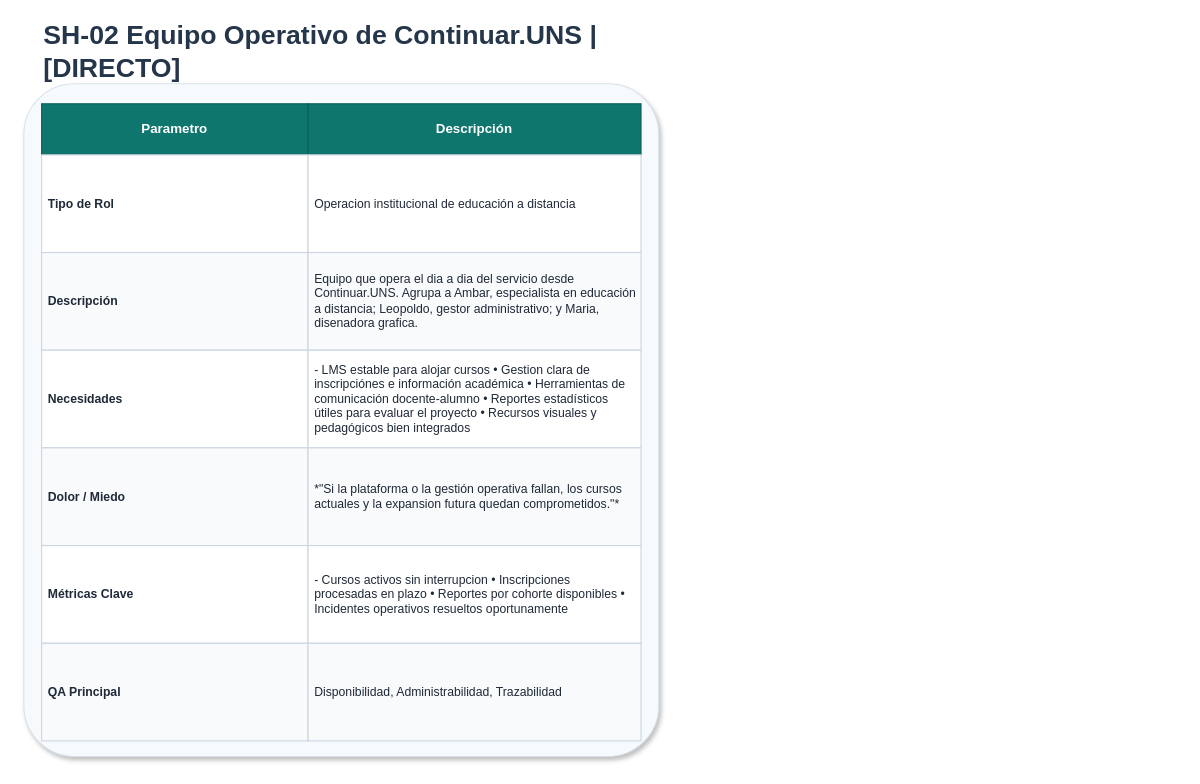
Earlier version of the draw.io diagram page "SH-02 Equipo Operativo de Continuar.UNS | [DIRECTO]" (2 of 14) of diagramas/tablas/Tablas_Stakeholders_BLearning.drawio (Jsue46/exposicionayd). Source tidied: cells renumbered, new cells numbered last; positions are measured from the earlier drawing's top-left corner, leaving out a move shared by most shapes. Both pictures are drawn from the tidied source at 111%, with x=0, y=0 at pixel (23, 28).
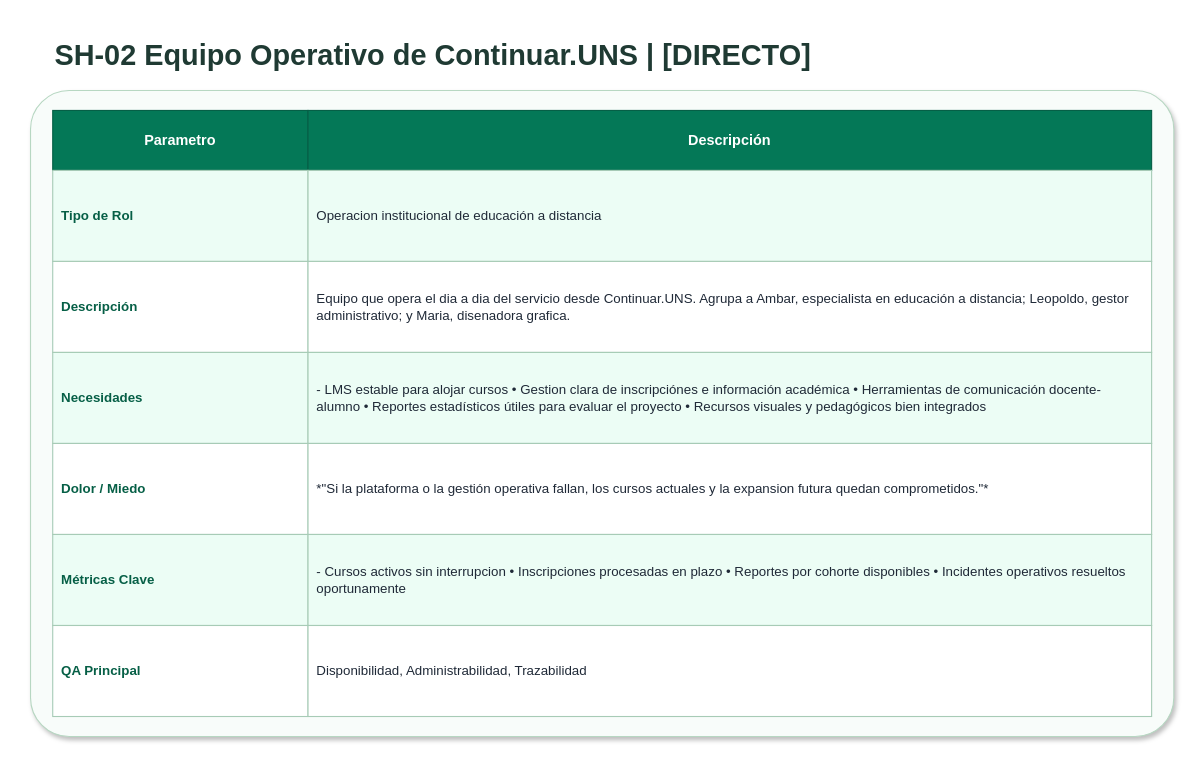
The same diagram, later.

Change to the diagram source:
```diff
@@
 <mxGraphModel>
   <root>
     <mxCell id="0" />
     <mxCell id="1" parent="0" />
-    <mxCell id="2" value="SH-02 Equipo Operativo de Continuar.UNS | [DIRECTO]" style="text;html=1;strokeColor=none;fillColor=none;align=left;verticalAlign=middle;whiteSpace=wrap;rounded=0;fontSize=24;fontStyle=1;fontColor=#25364A;" parent="1" vertex="1">
-      <mxGeometry x="16" width="540" height="42" as="geometry" />
+    <mxCell id="2" value="SH-02 Equipo Operativo de Continuar.UNS | [DIRECTO]" style="text;html=1;strokeColor=none;fillColor=none;align=left;verticalAlign=middle;whiteSpace=wrap;rounded=0;fontSize=26;fontStyle=1;fontColor=#1F3A33;" parent="1" vertex="1">
+      <mxGeometry x="26" y="2" width="990" height="46" as="geometry" />
     </mxCell>
-    <mxCell id="3" style="rounded=1;whiteSpace=wrap;html=1;fillColor=#F7FAFC;strokeColor=#D9E2EC;arcSize=8;shadow=1;" parent="1" vertex="1">
-      <mxGeometry y="50" width="572" height="606" as="geometry" />
+    <mxCell id="3" style="rounded=1;whiteSpace=wrap;html=1;fillColor=#F8FCFA;strokeColor=#B7D7C2;arcSize=6;shadow=1;" parent="1" vertex="1">
+      <mxGeometry x="6" y="56" width="1030" height="582" as="geometry" />
     </mxCell>
-    <mxCell id="4" value="Parametro" style="rounded=0;whiteSpace=wrap;html=1;fillColor=#0F766E;strokeColor=#0B5F59;fontColor=#FFFFFF;fontStyle=1;align=center;verticalAlign=middle;fontSize=12;spacing=6;" parent="1" vertex="1">
-      <mxGeometry x="16" y="68" width="240" height="46" as="geometry" />
+    <mxCell id="4" value="Parametro" style="rounded=0;whiteSpace=wrap;html=1;fillColor=#047857;strokeColor=#065F46;fontColor=#FFFFFF;fontStyle=1;align=center;verticalAlign=middle;fontSize=13;spacing=8;" parent="1" vertex="1">
+      <mxGeometry x="26" y="74" width="230" height="54" as="geometry" />
     </mxCell>
-    <mxCell id="5" value="Descripción" style="rounded=0;whiteSpace=wrap;html=1;fillColor=#0F766E;strokeColor=#0B5F59;fontColor=#FFFFFF;fontStyle=1;align=center;verticalAlign=middle;fontSize=12;spacing=6;" parent="1" vertex="1">
-      <mxGeometry x="256" y="68" width="300" height="46" as="geometry" />
+    <mxCell id="5" value="Descripción" style="rounded=0;whiteSpace=wrap;html=1;fillColor=#047857;strokeColor=#065F46;fontColor=#FFFFFF;fontStyle=1;align=center;verticalAlign=middle;fontSize=13;spacing=8;" parent="1" vertex="1">
+      <mxGeometry x="256" y="74" width="760" height="54" as="geometry" />
     </mxCell>
-    <mxCell id="6" value="Tipo de Rol" style="rounded=0;whiteSpace=wrap;html=1;fillColor=#FFFFFF;strokeColor=#CBD5E1;fontColor=#1F2937;fontStyle=1;align=left;verticalAlign=middle;fontSize=11;spacing=6;" parent="1" vertex="1">
-      <mxGeometry x="16" y="114" width="240" height="88" as="geometry" />
+    <mxCell id="6" value="Tipo de Rol" style="rounded=0;whiteSpace=wrap;html=1;fillColor=#ECFDF5;strokeColor=#A7CBB6;fontColor=#065F46;fontStyle=1;align=left;verticalAlign=middle;fontSize=12;spacing=8;" parent="1" vertex="1">
+      <mxGeometry x="26" y="128" width="230" height="82" as="geometry" />
     </mxCell>
-    <mxCell id="7" value="Operacion institucional de educación a distancia" style="rounded=0;whiteSpace=wrap;html=1;fillColor=#FFFFFF;strokeColor=#CBD5E1;fontColor=#1F2937;fontStyle=0;align=left;verticalAlign=middle;fontSize=11;spacing=6;" parent="1" vertex="1">
-      <mxGeometry x="256" y="114" width="300" height="88" as="geometry" />
+    <mxCell id="7" value="Operacion institucional de educación a distancia" style="rounded=0;whiteSpace=wrap;html=1;fillColor=#ECFDF5;strokeColor=#A7CBB6;fontColor=#1F2937;fontStyle=0;align=left;verticalAlign=middle;fontSize=12;spacing=8;" parent="1" vertex="1">
+      <mxGeometry x="256" y="128" width="760" height="82" as="geometry" />
     </mxCell>
-    <mxCell id="8" value="Descripción" style="rounded=0;whiteSpace=wrap;html=1;fillColor=#F8FAFC;strokeColor=#CBD5E1;fontColor=#1F2937;fontStyle=1;align=left;verticalAlign=middle;fontSize=11;spacing=6;" parent="1" vertex="1">
-      <mxGeometry x="16" y="202" width="240" height="88" as="geometry" />
+    <mxCell id="8" value="Descripción" style="rounded=0;whiteSpace=wrap;html=1;fillColor=#FFFFFF;strokeColor=#A7CBB6;fontColor=#065F46;fontStyle=1;align=left;verticalAlign=middle;fontSize=12;spacing=8;" parent="1" vertex="1">
+      <mxGeometry x="26" y="210" width="230" height="82" as="geometry" />
     </mxCell>
-    <mxCell id="9" value="Equipo que opera el dia a dia del servicio desde Continuar.UNS. Agrupa a Ambar, especialista en educación a distancia; Leopoldo, gestor administrativo; y Maria, disenadora grafica." style="rounded=0;whiteSpace=wrap;html=1;fillColor=#F8FAFC;strokeColor=#CBD5E1;fontColor=#1F2937;fontStyle=0;align=left;verticalAlign=middle;fontSize=11;spacing=6;" parent="1" vertex="1">
-      <mxGeometry x="256" y="202" width="300" height="88" as="geometry" />
+    <mxCell id="9" value="Equipo que opera el dia a dia del servicio desde Continuar.UNS. Agrupa a Ambar, especialista en educación a distancia; Leopoldo, gestor administrativo; y Maria, disenadora grafica." style="rounded=0;whiteSpace=wrap;html=1;fillColor=#FFFFFF;strokeColor=#A7CBB6;fontColor=#1F2937;fontStyle=0;align=left;verticalAlign=middle;fontSize=12;spacing=8;" parent="1" vertex="1">
+      <mxGeometry x="256" y="210" width="760" height="82" as="geometry" />
     </mxCell>
-    <mxCell id="10" value="Necesidades" style="rounded=0;whiteSpace=wrap;html=1;fillColor=#FFFFFF;strokeColor=#CBD5E1;fontColor=#1F2937;fontStyle=1;align=left;verticalAlign=middle;fontSize=11;spacing=6;" parent="1" vertex="1">
-      <mxGeometry x="16" y="290" width="240" height="88" as="geometry" />
+    <mxCell id="10" value="Necesidades" style="rounded=0;whiteSpace=wrap;html=1;fillColor=#ECFDF5;strokeColor=#A7CBB6;fontColor=#065F46;fontStyle=1;align=left;verticalAlign=middle;fontSize=12;spacing=8;" parent="1" vertex="1">
+      <mxGeometry x="26" y="292" width="230" height="82" as="geometry" />
     </mxCell>
-    <mxCell id="11" value="- LMS estable para alojar cursos • Gestion clara de inscripciónes e información académica • Herramientas de comunicación docente-alumno • Reportes estadísticos útiles para evaluar el proyecto • Recursos visuales y pedagógicos bien integrados" style="rounded=0;whiteSpace=wrap;html=1;fillColor=#FFFFFF;strokeColor=#CBD5E1;fontColor=#1F2937;fontStyle=0;align=left;verticalAlign=middle;fontSize=11;spacing=6;" parent="1" vertex="1">
-      <mxGeometry x="256" y="290" width="300" height="88" as="geometry" />
+    <mxCell id="11" value="- LMS estable para alojar cursos • Gestion clara de inscripciónes e información académica • Herramientas de comunicación docente-alumno • Reportes estadísticos útiles para evaluar el proyecto • Recursos visuales y pedagógicos bien integrados" style="rounded=0;whiteSpace=wrap;html=1;fillColor=#ECFDF5;strokeColor=#A7CBB6;fontColor=#1F2937;fontStyle=0;align=left;verticalAlign=middle;fontSize=12;spacing=8;" parent="1" vertex="1">
+      <mxGeometry x="256" y="292" width="760" height="82" as="geometry" />
     </mxCell>
-    <mxCell id="12" value="Dolor / Miedo" style="rounded=0;whiteSpace=wrap;html=1;fillColor=#F8FAFC;strokeColor=#CBD5E1;fontColor=#1F2937;fontStyle=1;align=left;verticalAlign=middle;fontSize=11;spacing=6;" parent="1" vertex="1">
-      <mxGeometry x="16" y="378" width="240" height="88" as="geometry" />
+    <mxCell id="12" value="Dolor / Miedo" style="rounded=0;whiteSpace=wrap;html=1;fillColor=#FFFFFF;strokeColor=#A7CBB6;fontColor=#065F46;fontStyle=1;align=left;verticalAlign=middle;fontSize=12;spacing=8;" parent="1" vertex="1">
+      <mxGeometry x="26" y="374" width="230" height="82" as="geometry" />
     </mxCell>
-    <mxCell id="13" value="*&quot;Si la plataforma o la gestión operativa fallan, los cursos actuales y la expansion futura quedan comprometidos.&quot;*" style="rounded=0;whiteSpace=wrap;html=1;fillColor=#F8FAFC;strokeColor=#CBD5E1;fontColor=#1F2937;fontStyle=0;align=left;verticalAlign=middle;fontSize=11;spacing=6;" parent="1" vertex="1">
-      <mxGeometry x="256" y="378" width="300" height="88" as="geometry" />
+    <mxCell id="13" value="*&quot;Si la plataforma o la gestión operativa fallan, los cursos actuales y la expansion futura quedan comprometidos.&quot;*" style="rounded=0;whiteSpace=wrap;html=1;fillColor=#FFFFFF;strokeColor=#A7CBB6;fontColor=#1F2937;fontStyle=0;align=left;verticalAlign=middle;fontSize=12;spacing=8;" parent="1" vertex="1">
+      <mxGeometry x="256" y="374" width="760" height="82" as="geometry" />
     </mxCell>
-    <mxCell id="14" value="Métricas Clave" style="rounded=0;whiteSpace=wrap;html=1;fillColor=#FFFFFF;strokeColor=#CBD5E1;fontColor=#1F2937;fontStyle=1;align=left;verticalAlign=middle;fontSize=11;spacing=6;" parent="1" vertex="1">
-      <mxGeometry x="16" y="466" width="240" height="88" as="geometry" />
+    <mxCell id="14" value="Métricas Clave" style="rounded=0;whiteSpace=wrap;html=1;fillColor=#ECFDF5;strokeColor=#A7CBB6;fontColor=#065F46;fontStyle=1;align=left;verticalAlign=middle;fontSize=12;spacing=8;" parent="1" vertex="1">
+      <mxGeometry x="26" y="456" width="230" height="82" as="geometry" />
     </mxCell>
-    <mxCell id="15" value="- Cursos activos sin interrupcion • Inscripciones procesadas en plazo • Reportes por cohorte disponibles • Incidentes operativos resueltos oportunamente" style="rounded=0;whiteSpace=wrap;html=1;fillColor=#FFFFFF;strokeColor=#CBD5E1;fontColor=#1F2937;fontStyle=0;align=left;verticalAlign=middle;fontSize=11;spacing=6;" parent="1" vertex="1">
-      <mxGeometry x="256" y="466" width="300" height="88" as="geometry" />
+    <mxCell id="15" value="- Cursos activos sin interrupcion • Inscripciones procesadas en plazo • Reportes por cohorte disponibles • Incidentes operativos resueltos oportunamente" style="rounded=0;whiteSpace=wrap;html=1;fillColor=#ECFDF5;strokeColor=#A7CBB6;fontColor=#1F2937;fontStyle=0;align=left;verticalAlign=middle;fontSize=12;spacing=8;" parent="1" vertex="1">
+      <mxGeometry x="256" y="456" width="760" height="82" as="geometry" />
     </mxCell>
-    <mxCell id="16" value="QA Principal" style="rounded=0;whiteSpace=wrap;html=1;fillColor=#F8FAFC;strokeColor=#CBD5E1;fontColor=#1F2937;fontStyle=1;align=left;verticalAlign=middle;fontSize=11;spacing=6;" parent="1" vertex="1">
-      <mxGeometry x="16" y="554" width="240" height="88" as="geometry" />
+    <mxCell id="16" value="QA Principal" style="rounded=0;whiteSpace=wrap;html=1;fillColor=#FFFFFF;strokeColor=#A7CBB6;fontColor=#065F46;fontStyle=1;align=left;verticalAlign=middle;fontSize=12;spacing=8;" parent="1" vertex="1">
+      <mxGeometry x="26" y="538" width="230" height="82" as="geometry" />
     </mxCell>
-    <mxCell id="17" value="Disponibilidad, Administrabilidad, Trazabilidad" style="rounded=0;whiteSpace=wrap;html=1;fillColor=#F8FAFC;strokeColor=#CBD5E1;fontColor=#1F2937;fontStyle=0;align=left;verticalAlign=middle;fontSize=11;spacing=6;" parent="1" vertex="1">
-      <mxGeometry x="256" y="554" width="300" height="88" as="geometry" />
+    <mxCell id="17" value="Disponibilidad, Administrabilidad, Trazabilidad" style="rounded=0;whiteSpace=wrap;html=1;fillColor=#FFFFFF;strokeColor=#A7CBB6;fontColor=#1F2937;fontStyle=0;align=left;verticalAlign=middle;fontSize=12;spacing=8;" parent="1" vertex="1">
+      <mxGeometry x="256" y="538" width="760" height="82" as="geometry" />
     </mxCell>
   </root>
 </mxGraphModel>
```
